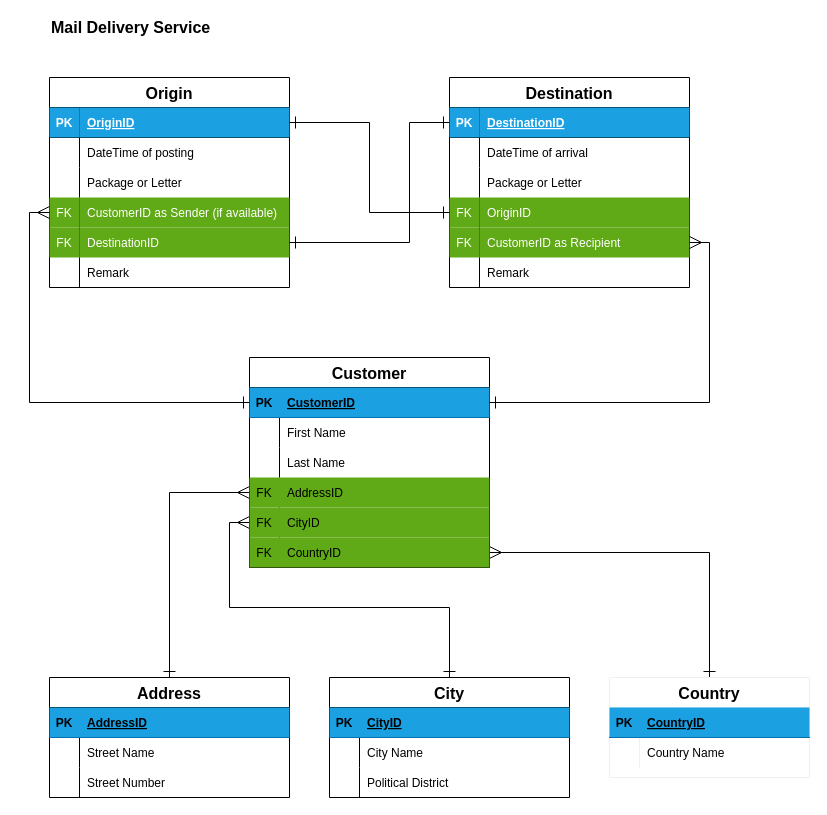
Above: concept/03-class-diagram.svg.drawio in mbalabanov/CFLMS-MarinBalabanov-CodeReview-09 (draw.io), before the change. Source tidied: cells renumbered, new cells numbered last; positions are measured from the earlier drawing's top-left corner, leaving out a move shared by most shapes. Both pictures are drawn from the tidied source at 100%, with x=0, y=0 at pixel (49, 17).
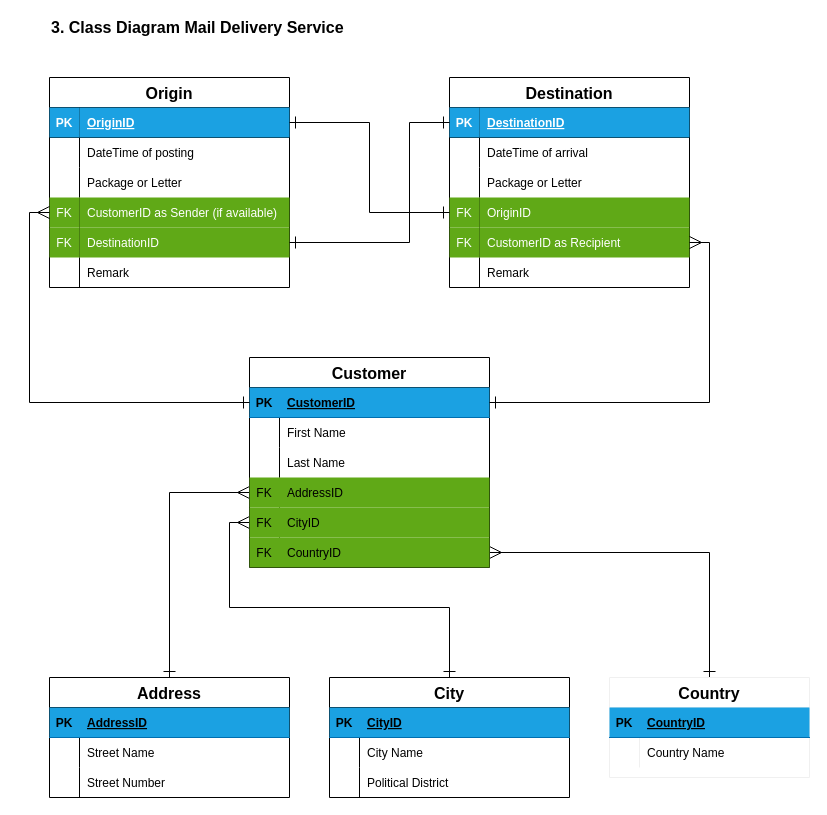
Above is the later version.

The edit, as a diff of the source:
```diff
@@
-    <mxCell id="2" value="Mail Delivery Service" style="text;html=1;strokeColor=none;fillColor=none;align=left;verticalAlign=middle;whiteSpace=wrap;rounded=0;fontStyle=1;fontSize=16;" parent="1" vertex="1">
-      <mxGeometry width="210" height="20" as="geometry" />
+    <mxCell id="2" value="3. Class Diagram Mail Delivery Service" style="text;html=1;strokeColor=none;fillColor=none;align=left;verticalAlign=middle;whiteSpace=wrap;rounded=0;fontStyle=1;fontSize=16;" parent="1" vertex="1">
+      <mxGeometry width="330" height="20" as="geometry" />
     </mxCell>
```
